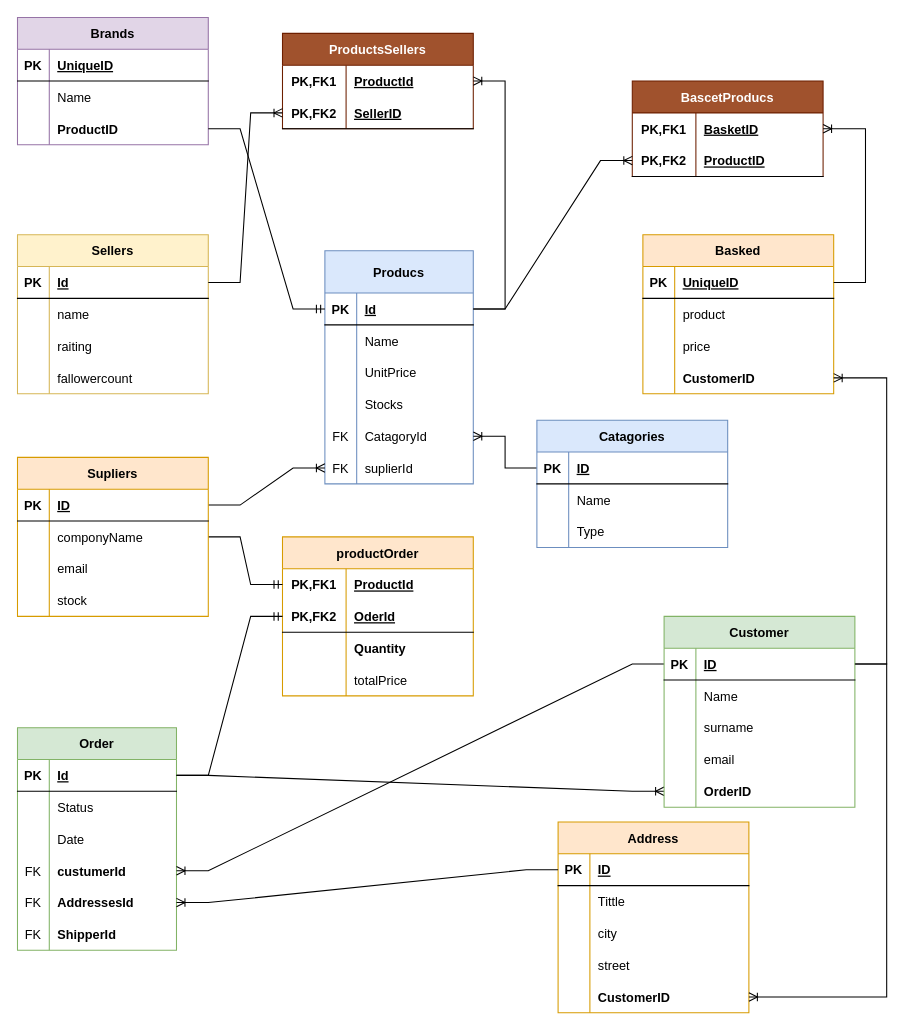
GulAcar/EtiyaAkademi keeps this draw.io diagram as Python/Untitled Diagram.drawio. Above is the earlier version. Source tidied: cells renumbered, new cells numbered last; positions are measured from the earlier drawing's top-left corner, leaving out a move shared by most shapes. Both pictures are drawn from the tidied source at 106%, with x=0, y=0 at pixel (17, 17).
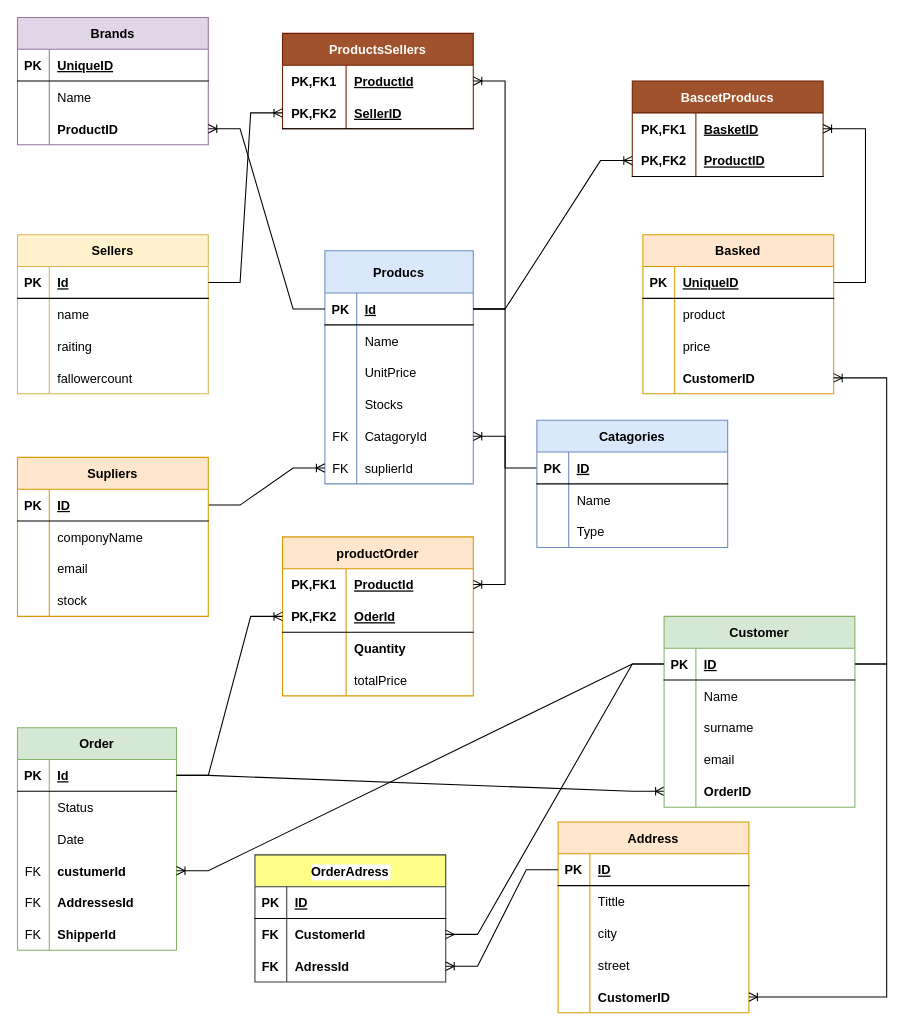
The same page after the edit.

Unchanged cells that the change refers to:
```xml
<mxCell id="3" style="shape=tableRow;horizontal=0;startSize=0;swimlaneHead=0;swimlaneBody=0;fillColor=none;points=[[0,0.5],[1,0.5]];portConstraint=eastwest;top=0;left=0;right=0;bottom=1;" parent="2" vertex="1">
  <mxGeometry y="40" width="140" height="30" as="geometry" />
</mxCell>
<mxCell id="22" style="shape=tableRow;horizontal=0;startSize=0;swimlaneHead=0;swimlaneBody=0;fillColor=none;points=[[0,0.5],[1,0.5]];portConstraint=eastwest;top=0;left=0;right=0;bottom=1;" parent="21" vertex="1">
  <mxGeometry y="30" width="150" height="30" as="geometry" />
</mxCell>
<mxCell id="34" style="shape=tableRow;horizontal=0;startSize=0;swimlaneHead=0;swimlaneBody=0;fillColor=none;points=[[0,0.5],[1,0.5]];portConstraint=eastwest;top=0;left=0;right=0;bottom=0;" parent="21" vertex="1">
  <mxGeometry y="150" width="150" height="30" as="geometry" />
</mxCell>
<mxCell id="48" style="shape=tableRow;horizontal=0;startSize=0;swimlaneHead=0;swimlaneBody=0;fillColor=none;points=[[0,0.5],[1,0.5]];portConstraint=eastwest;top=0;left=0;right=0;bottom=1;" parent="47" vertex="1">
  <mxGeometry y="30" width="180" height="30" as="geometry" />
</mxCell>
<mxCell id="84" style="shape=tableRow;horizontal=0;startSize=0;swimlaneHead=0;swimlaneBody=0;fillColor=none;points=[[0,0.5],[1,0.5]];portConstraint=eastwest;top=0;left=0;right=0;bottom=0;" parent="77" vertex="1">
  <mxGeometry y="90" width="180" height="30" as="geometry" />
</mxCell>
<mxCell id="117" style="shape=tableRow;horizontal=0;startSize=0;swimlaneHead=0;swimlaneBody=0;fillColor=none;points=[[0,0.5],[1,0.5]];portConstraint=eastwest;top=0;left=0;right=0;bottom=0;" parent="116" vertex="1">
  <mxGeometry y="30" width="180" height="30" as="geometry" />
</mxCell>
<mxCell id="120" style="shape=tableRow;horizontal=0;startSize=0;swimlaneHead=0;swimlaneBody=0;fillColor=none;points=[[0,0.5],[1,0.5]];portConstraint=eastwest;top=0;left=0;right=0;bottom=1;" parent="116" vertex="1">
  <mxGeometry y="60" width="180" height="30" as="geometry" />
</mxCell>
<mxCell id="132" style="shape=tableRow;horizontal=0;startSize=0;swimlaneHead=0;swimlaneBody=0;fillColor=none;points=[[0,0.5],[1,0.5]];portConstraint=eastwest;top=0;left=0;right=0;bottom=1;" parent="131" vertex="1">
  <mxGeometry y="30" width="180" height="30" as="geometry" />
</mxCell>
<mxCell id="147" value="Supliers" style="shape=table;startSize=30;childLayout=tableLayout;rowLines=0;fontStyle=1;align=center;fillColor=#ffe6cc;strokeColor=#d79b00;" parent="1" vertex="1">
  <mxGeometry y="415" width="180" height="150" as="geometry" />
</mxCell>
```

Change to the diagram source:
```diff
@@
-    <mxCell id="114" style="edgeStyle=entityRelationEdgeStyle;fontSize=12;html=1;endArrow=ERoneToMany;rounded=0;" parent="1" edge="1" source="48" target="34">
-      <mxGeometry relative="1" as="geometry" />
-    </mxCell>
@@
-    <mxCell id="129" style="edgeStyle=entityRelationEdgeStyle;fontSize=12;html=1;endArrow=ERmandOne;rounded=0;exitX=1;exitY=0.5;exitDx=0;exitDy=0;startArrow=none;" parent="1" edge="1" source="147" target="117">
-      <mxGeometry relative="1" as="geometry" />
-    </mxCell>
-    <mxCell id="130" style="edgeStyle=entityRelationEdgeStyle;fontSize=12;html=1;endArrow=ERmandOne;rounded=0;startArrow=none;" parent="1" edge="1" source="22" target="120">
-      <mxGeometry relative="1" as="geometry" />
-    </mxCell>
@@
-    <mxCell id="170" style="edgeStyle=entityRelationEdgeStyle;fontSize=12;html=1;endArrow=ERmandOne;rounded=0;" parent="1" edge="1" source="84" target="3">
-      <mxGeometry relative="1" as="geometry" />
-    </mxCell>
@@
+    <mxCell id="173" style="edgeStyle=entityRelationEdgeStyle;fontSize=12;html=1;endArrow=ERoneToMany;rounded=0;" parent="1" edge="1" source="3" target="84">
+      <mxGeometry relative="1" as="geometry" />
+    </mxCell>
+    <mxCell id="174" style="edgeStyle=entityRelationEdgeStyle;fontSize=12;html=1;endArrow=ERoneToMany;rounded=0;" parent="1" edge="1" source="3" target="117">
+      <mxGeometry relative="1" as="geometry" />
+    </mxCell>
+    <mxCell id="130" style="edgeStyle=entityRelationEdgeStyle;fontSize=12;html=1;endArrow=ERoneToMany;rounded=0;exitX=1;exitY=0.5;exitDx=0;exitDy=0;entryX=0;entryY=0.5;entryDx=0;entryDy=0;" parent="1" edge="1" source="22" target="120">
+      <mxGeometry relative="1" as="geometry" />
+    </mxCell>
+    <mxCell id="175" value="OrderAdress" style="shape=table;startSize=30;childLayout=tableLayout;rowLines=0;fontStyle=1;align=center;labelBackgroundColor=#FFFFFF;fillColor=#ffff88;strokeColor=#36393d;" parent="1" vertex="1">
+      <mxGeometry x="224" y="790" width="180" height="120" as="geometry" />
+    </mxCell>
+    <mxCell id="176" style="shape=tableRow;horizontal=0;startSize=0;swimlaneHead=0;swimlaneBody=0;fillColor=none;top=0;left=0;right=0;bottom=1;" parent="175" vertex="1">
+      <mxGeometry y="30" width="180" height="30" as="geometry" />
+    </mxCell>
+    <mxCell id="177" value="PK" style="shape=partialRectangle;fillColor=none;top=0;left=0;bottom=0;right=0;fontStyle=1;overflow=hidden;" parent="176" vertex="1">
+      <mxGeometry width="30" height="30" as="geometry" />
+    </mxCell>
+    <mxCell id="178" value="ID" style="shape=partialRectangle;fillColor=none;top=0;left=0;bottom=0;right=0;align=left;spacingLeft=6;fontStyle=5;overflow=hidden;" parent="176" vertex="1">
+      <mxGeometry x="30" width="150" height="30" as="geometry" />
+    </mxCell>
+    <mxCell id="179" style="shape=tableRow;horizontal=0;startSize=0;swimlaneHead=0;swimlaneBody=0;fillColor=none;points=[[0,0.5],[1,0.5]];portConstraint=eastwest;top=0;left=0;right=0;bottom=0;" parent="175" vertex="1">
+      <mxGeometry y="60" width="180" height="30" as="geometry" />
+    </mxCell>
+    <mxCell id="180" value="FK" style="shape=partialRectangle;fillColor=none;top=0;left=0;bottom=0;right=0;overflow=hidden;fontStyle=1;" parent="179" vertex="1">
+      <mxGeometry width="30" height="30" as="geometry" />
+    </mxCell>
+    <mxCell id="181" value="CustomerId" style="shape=partialRectangle;fillColor=none;top=0;left=0;bottom=0;right=0;align=left;spacingLeft=6;overflow=hidden;fontStyle=1;" parent="179" vertex="1">
+      <mxGeometry x="30" width="150" height="30" as="geometry" />
+    </mxCell>
+    <mxCell id="182" style="shape=tableRow;horizontal=0;startSize=0;swimlaneHead=0;swimlaneBody=0;fillColor=none;points=[[0,0.5],[1,0.5]];portConstraint=eastwest;top=0;left=0;right=0;bottom=0;" parent="175" vertex="1">
+      <mxGeometry y="90" width="180" height="30" as="geometry" />
+    </mxCell>
+    <mxCell id="183" value="FK" style="shape=partialRectangle;fillColor=none;top=0;left=0;bottom=0;right=0;overflow=hidden;fontStyle=1;" parent="182" vertex="1">
+      <mxGeometry width="30" height="30" as="geometry" />
+    </mxCell>
+    <mxCell id="184" value="AdressId" style="shape=partialRectangle;fillColor=none;top=0;left=0;bottom=0;right=0;align=left;spacingLeft=6;overflow=hidden;fontStyle=1;" parent="182" vertex="1">
+      <mxGeometry x="30" width="150" height="30" as="geometry" />
+    </mxCell>
+    <mxCell id="185" style="edgeStyle=entityRelationEdgeStyle;fontSize=12;html=1;endArrow=ERoneToMany;rounded=0;" parent="1" edge="1" source="48" target="182">
+      <mxGeometry relative="1" as="geometry" />
+    </mxCell>
+    <mxCell id="186" style="edgeStyle=entityRelationEdgeStyle;fontSize=12;html=1;endArrow=ERmany;rounded=0;exitX=0;exitY=0.5;exitDx=0;exitDy=0;" parent="1" edge="1" source="132" target="179">
+      <mxGeometry relative="1" as="geometry" />
+    </mxCell>
```
